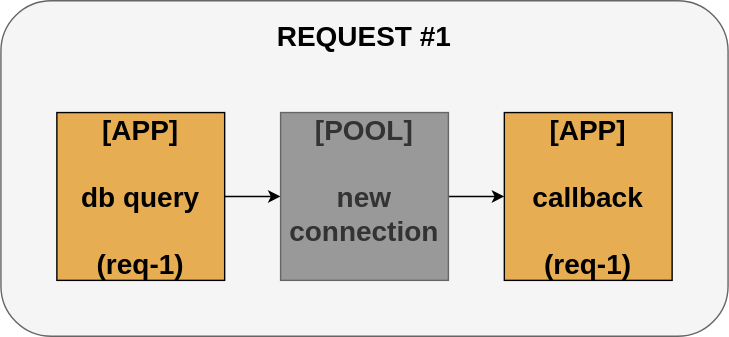
This is images/issues-connection-pool-req1.drawio.svg from bajtos/2022-hold-my-context, a draw.io export, as it was before one commit. Source tidied: cells renumbered, new cells last; positions are measured from the earlier drawing's top-left corner, leaving out a move shared by most shapes.
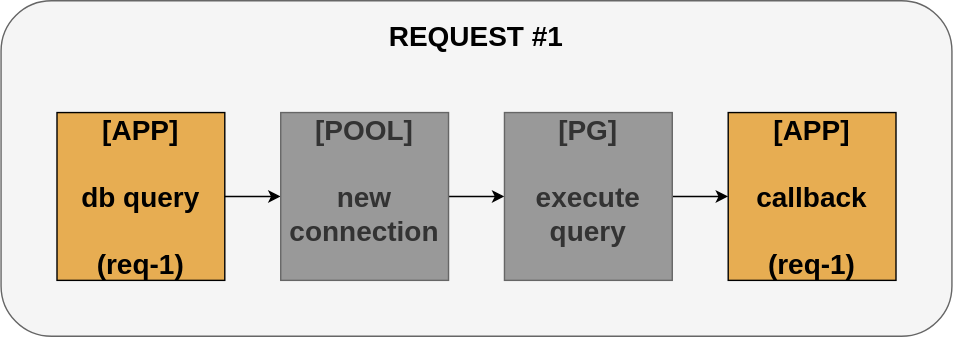
Above is the later version.

The edit, as a diff of the source:
```diff
@@ -3,7 +3,7 @@
     <mxCell id="0" />
     <mxCell id="1" parent="0" />
     <mxCell id="2" style="rounded=1;whiteSpace=wrap;html=1;fillColor=#f5f5f5;align=left;strokeColor=#666666;fontColor=#333333;" parent="1" vertex="1">
-      <mxGeometry width="520" height="240" as="geometry" />
+      <mxGeometry width="680" height="240" as="geometry" />
     </mxCell>
     <mxCell id="3" value="&lt;span style=&quot;font-size: 20px&quot;&gt;&lt;b&gt;[APP]&lt;br&gt;&lt;br&gt;db query&lt;br&gt;&lt;br&gt;&lt;/b&gt;&lt;/span&gt;&lt;b style=&quot;font-size: 20px&quot;&gt;(req-1)&lt;/b&gt;&lt;span style=&quot;font-size: 20px&quot;&gt;&lt;b&gt;&lt;br&gt;&lt;/b&gt;&lt;/span&gt;" style="whiteSpace=wrap;html=1;fillColor=#e7ad52;" parent="1" vertex="1">
       <mxGeometry x="40" y="80" width="120" height="120" as="geometry" />
@@ -11,17 +11,23 @@
     <mxCell id="4" style="endArrow=classic;html=1;exitX=1;exitY=0.5;exitDx=0;exitDy=0;entryX=0;entryY=0.5;entryDx=0;entryDy=0;" parent="1" edge="1" source="3" target="8">
       <mxGeometry relative="1" as="geometry" />
     </mxCell>
-    <mxCell id="5" style="endArrow=classic;html=1;exitX=1;exitY=0.5;exitDx=0;exitDy=0;" parent="1" edge="1" source="8" target="6">
+    <mxCell id="5" style="endArrow=classic;html=1;exitX=1;exitY=0.5;exitDx=0;exitDy=0;entryX=0;entryY=0.5;entryDx=0;entryDy=0;" parent="1" edge="1" source="8" target="10">
       <mxGeometry relative="1" as="geometry" />
     </mxCell>
-    <mxCell id="6" value="&lt;span style=&quot;font-size: 20px&quot;&gt;&lt;b&gt;[APP]&lt;br&gt;&lt;br&gt;callback&lt;br&gt;&lt;br&gt;&lt;/b&gt;&lt;/span&gt;&lt;b style=&quot;font-size: 20px&quot;&gt;(req-1)&lt;/b&gt;&lt;span style=&quot;font-size: 20px&quot;&gt;&lt;b&gt;&lt;br&gt;&lt;/b&gt;&lt;/span&gt;" style="whiteSpace=wrap;html=1;fillColor=#e7ad52;" parent="1" vertex="1">
-      <mxGeometry x="360" y="80" width="120" height="120" as="geometry" />
-    </mxCell>
     <mxCell id="7" value="&lt;font style=&quot;font-size: 20px&quot;&gt;&lt;b&gt;REQUEST #1&lt;/b&gt;&lt;/font&gt;" style="text;html=1;strokeColor=none;fillColor=none;align=center;verticalAlign=middle;whiteSpace=wrap;rounded=0;" parent="1" vertex="1">
-      <mxGeometry width="520" height="50" as="geometry" />
+      <mxGeometry width="680" height="50" as="geometry" />
     </mxCell>
     <mxCell id="8" value="&lt;span style=&quot;font-size: 20px&quot;&gt;&lt;b&gt;[POOL]&lt;br&gt;&lt;br&gt;new connection&lt;br&gt;&lt;br&gt;&lt;/b&gt;&lt;/span&gt;" style="whiteSpace=wrap;html=1;fillColor=#999999;fontColor=#333333;strokeColor=#666666;" parent="1" vertex="1">
       <mxGeometry x="200" y="80" width="120" height="120" as="geometry" />
     </mxCell>
+    <mxCell id="9" style="endArrow=classic;html=1;exitX=1;exitY=0.5;exitDx=0;exitDy=0;" parent="1" edge="1" source="10" target="6">
+      <mxGeometry relative="1" as="geometry" />
+    </mxCell>
+    <mxCell id="6" value="&lt;span style=&quot;font-size: 20px&quot;&gt;&lt;b&gt;[APP]&lt;br&gt;&lt;br&gt;callback&lt;br&gt;&lt;br&gt;&lt;/b&gt;&lt;/span&gt;&lt;b style=&quot;font-size: 20px&quot;&gt;(req-1)&lt;/b&gt;&lt;span style=&quot;font-size: 20px&quot;&gt;&lt;b&gt;&lt;br&gt;&lt;/b&gt;&lt;/span&gt;" style="whiteSpace=wrap;html=1;fillColor=#e7ad52;" parent="1" vertex="1">
+      <mxGeometry x="520" y="80" width="120" height="120" as="geometry" />
+    </mxCell>
+    <mxCell id="10" value="&lt;span style=&quot;font-size: 20px&quot;&gt;&lt;b&gt;[PG]&lt;br&gt;&lt;br&gt;execute&lt;br&gt;query&lt;br&gt;&lt;br&gt;&lt;/b&gt;&lt;/span&gt;" style="whiteSpace=wrap;html=1;fillColor=#999999;fontColor=#333333;strokeColor=#666666;" parent="1" vertex="1">
+      <mxGeometry x="360" y="80" width="120" height="120" as="geometry" />
+    </mxCell>
   </root>
 </mxGraphModel>
```
